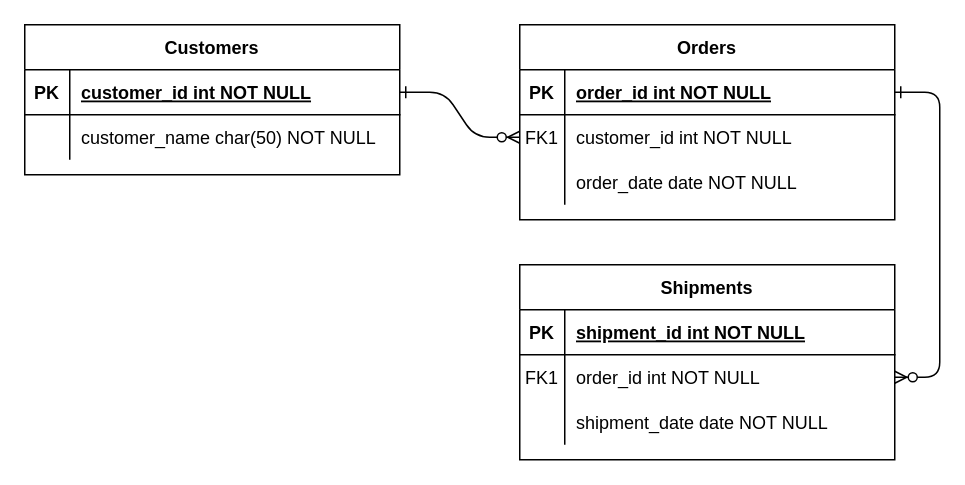
The draw.io diagram Untitled Diagram.drawio in GabrielleHandy/Shopify-Backend-Developer-Intern-Challenge, before the edit. Source tidied: cells renumbered, new cells numbered last; positions are measured from the earlier drawing's top-left corner, leaving out a move shared by most shapes. Both pictures are drawn from the tidied source at 150%, with x=0, y=0 at pixel (24, 24).
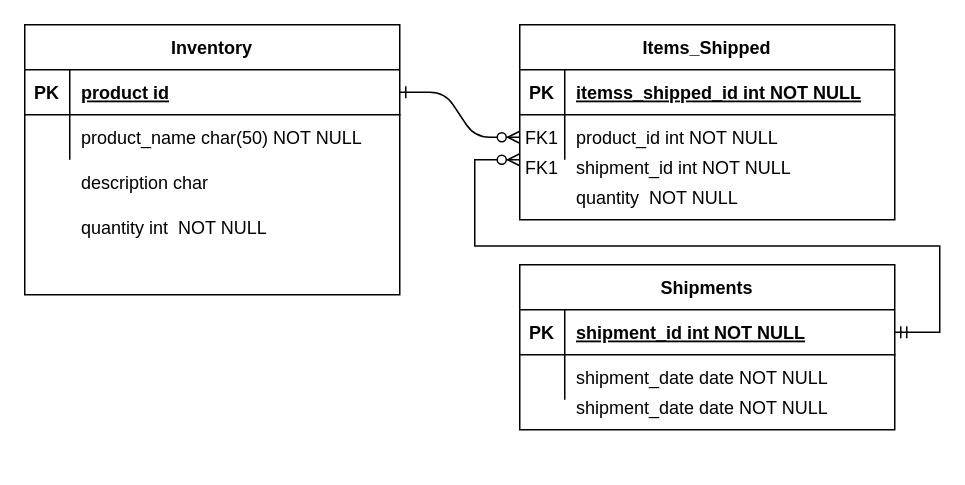
Above is the later version.

Commit message:
Finished model layout.drawio

Unchanged cells that the change refers to:
```xml
<mxCell id="5" style="shape=partialRectangle;fillColor=none;points=[[0,0.5],[1,0.5]];portConstraint=eastwest;top=0;left=0;right=0;bottom=1;" parent="4" vertex="1">
  <mxGeometry y="30" width="250" height="30" as="geometry" />
</mxCell>
<mxCell id="8" style="shape=partialRectangle;fillColor=none;points=[[0,0.5],[1,0.5]];portConstraint=eastwest;top=0;left=0;right=0;bottom=0;" parent="4" vertex="1">
  <mxGeometry y="60" width="250" height="30" as="geometry" />
</mxCell>
<mxCell id="15" style="shape=partialRectangle;fillColor=none;points=[[0,0.5],[1,0.5]];portConstraint=eastwest;top=0;left=0;right=0;bottom=1;" parent="14" vertex="1">
  <mxGeometry y="30" width="250" height="30" as="geometry" />
</mxCell>
<mxCell id="25" style="shape=partialRectangle;fillColor=none;points=[[0,0.5],[1,0.5]];portConstraint=eastwest;top=0;left=0;right=0;bottom=1;" parent="24" vertex="1">
  <mxGeometry y="30" width="250" height="30" as="geometry" />
</mxCell>
<mxCell id="28" style="shape=partialRectangle;fillColor=none;top=0;left=0;right=0;bottom=0;" parent="24" vertex="1">
  <mxGeometry y="60" width="250" height="30" as="geometry" />
</mxCell>
```

Diff of the diagram source:
```diff
@@
-    <mxCell id="3" style="edgeStyle=entityRelationEdgeStyle;endArrow=ERzeroToMany;startArrow=ERone;endFill=1;startFill=0;" parent="1" edge="1" source="5" target="18">
-      <mxGeometry relative="1" as="geometry" />
-    </mxCell>
-    <mxCell id="4" value="Orders" style="shape=table;startSize=30;childLayout=tableLayout;rowLines=0;fontStyle=1;align=center;" parent="1" vertex="1">
+    <mxCell id="4" value="Items_Shipped" style="shape=table;startSize=30;childLayout=tableLayout;rowLines=0;fontStyle=1;align=center;" parent="1" vertex="1">
       <mxGeometry x="330" width="250" height="130" as="geometry" />
     </mxCell>
@@
-    <mxCell id="7" value="order_id int NOT NULL " style="shape=partialRectangle;overflow=hidden;fillColor=none;top=0;left=0;bottom=0;right=0;align=left;spacingLeft=6;fontStyle=5;" parent="5" vertex="1">
+    <mxCell id="7" value="itemss_shipped_id int NOT NULL " style="shape=partialRectangle;overflow=hidden;fillColor=none;top=0;left=0;bottom=0;right=0;align=left;spacingLeft=6;fontStyle=5;" parent="5" vertex="1">
       <mxGeometry x="30" width="220" height="30" as="geometry" />
     </mxCell>
@@
-    <mxCell id="10" value="customer_id int NOT NULL" style="shape=partialRectangle;overflow=hidden;fillColor=none;top=0;left=0;bottom=0;right=0;align=left;spacingLeft=6;" parent="8" vertex="1">
+    <mxCell id="10" value="product_id int NOT NULL" style="shape=partialRectangle;overflow=hidden;fillColor=none;top=0;left=0;bottom=0;right=0;align=left;spacingLeft=6;" parent="8" vertex="1">
       <mxGeometry x="30" width="220" height="30" as="geometry" />
     </mxCell>
-    <mxCell id="11" style="shape=partialRectangle;fillColor=none;top=0;left=0;right=0;bottom=0;" parent="4" vertex="1">
-      <mxGeometry y="90" width="250" height="30" as="geometry" />
-    </mxCell>
-    <mxCell id="12" style="shape=partialRectangle;overflow=hidden;fillColor=none;top=0;left=0;bottom=0;right=0;" parent="11" vertex="1">
-      <mxGeometry width="30" height="30" as="geometry" />
-    </mxCell>
-    <mxCell id="13" value="order_date date NOT NULL" style="shape=partialRectangle;overflow=hidden;fillColor=none;top=0;left=0;bottom=0;right=0;align=left;spacingLeft=6;" parent="11" vertex="1">
-      <mxGeometry x="30" width="220" height="30" as="geometry" />
-    </mxCell>
     <mxCell id="14" value="Shipments" style="shape=table;startSize=30;childLayout=tableLayout;rowLines=0;fontStyle=1;align=center;" parent="1" vertex="1">
-      <mxGeometry x="330" y="160" width="250" height="130" as="geometry" />
+      <mxGeometry x="330" y="160" width="250" height="110" as="geometry" />
     </mxCell>
@@
-    <mxCell id="18" style="shape=partialRectangle;fillColor=none;points=[[0,0.5],[1,0.5]];portConstraint=eastwest;top=0;left=0;right=0;bottom=0;" parent="14" vertex="1">
-      <mxGeometry y="60" width="250" height="30" as="geometry" />
-    </mxCell>
-    <mxCell id="19" value="FK1" style="shape=partialRectangle;overflow=hidden;fillColor=none;top=0;left=0;bottom=0;right=0;" parent="18" vertex="1">
-      <mxGeometry width="30" height="30" as="geometry" />
-    </mxCell>
-    <mxCell id="20" value="order_id int NOT NULL" style="shape=partialRectangle;overflow=hidden;fillColor=none;top=0;left=0;bottom=0;right=0;align=left;spacingLeft=6;" parent="18" vertex="1">
-      <mxGeometry x="30" width="220" height="30" as="geometry" />
-    </mxCell>
     <mxCell id="21" style="shape=partialRectangle;fillColor=none;top=0;left=0;right=0;bottom=0;" parent="14" vertex="1">
-      <mxGeometry y="90" width="250" height="30" as="geometry" />
+      <mxGeometry y="60" width="250" height="30" as="geometry" />
     </mxCell>
@@
-    <mxCell id="24" value="Customers" style="shape=table;startSize=30;childLayout=tableLayout;rowLines=0;fontStyle=1;align=center;" parent="1" vertex="1">
-      <mxGeometry width="250" height="100" as="geometry" />
+    <mxCell id="24" value="Inventory" style="shape=table;startSize=30;childLayout=tableLayout;rowLines=0;fontStyle=1;align=center;" parent="1" vertex="1">
+      <mxGeometry width="250" height="180" as="geometry" />
     </mxCell>
@@
-    <mxCell id="27" value="customer_id int NOT NULL " style="shape=partialRectangle;overflow=hidden;fillColor=none;top=0;left=0;bottom=0;right=0;align=left;spacingLeft=6;fontStyle=5;" parent="25" vertex="1">
+    <mxCell id="27" value="product id" style="shape=partialRectangle;overflow=hidden;fillColor=none;top=0;left=0;bottom=0;right=0;align=left;spacingLeft=6;fontStyle=5;" parent="25" vertex="1">
       <mxGeometry x="30" width="220" height="30" as="geometry" />
     </mxCell>
@@
-    <mxCell id="30" value="customer_name char(50) NOT NULL" style="shape=partialRectangle;overflow=hidden;fillColor=none;top=0;left=0;bottom=0;right=0;align=left;spacingLeft=6;" parent="28" vertex="1">
+    <mxCell id="30" value="product_name char(50) NOT NULL" style="shape=partialRectangle;overflow=hidden;fillColor=none;top=0;left=0;bottom=0;right=0;align=left;spacingLeft=6;" parent="28" vertex="1">
       <mxGeometry x="30" width="220" height="30" as="geometry" />
     </mxCell>
+    <mxCell id="31" style="shape=partialRectangle;fillColor=none;top=0;left=0;right=0;bottom=0;" parent="1" vertex="1">
+      <mxGeometry y="90" width="250" height="30" as="geometry" />
+    </mxCell>
+    <mxCell id="32" style="shape=partialRectangle;overflow=hidden;fillColor=none;top=0;left=0;bottom=0;right=0;" parent="31" vertex="1">
+      <mxGeometry width="30" height="30" as="geometry" />
+    </mxCell>
+    <mxCell id="33" value="description char " style="shape=partialRectangle;overflow=hidden;fillColor=none;top=0;left=0;bottom=0;right=0;align=left;spacingLeft=6;" parent="31" vertex="1">
+      <mxGeometry x="30" width="220" height="30" as="geometry" />
+    </mxCell>
+    <mxCell id="34" style="shape=partialRectangle;fillColor=none;top=0;left=0;right=0;bottom=0;" parent="1" vertex="1">
+      <mxGeometry y="120" width="250" height="30" as="geometry" />
+    </mxCell>
+    <mxCell id="35" style="shape=partialRectangle;overflow=hidden;fillColor=none;top=0;left=0;bottom=0;right=0;" parent="34" vertex="1">
+      <mxGeometry width="30" height="30" as="geometry" />
+    </mxCell>
+    <mxCell id="36" value="quantity int  NOT NULL" style="shape=partialRectangle;overflow=hidden;fillColor=none;top=0;left=0;bottom=0;right=0;align=left;spacingLeft=6;" parent="34" vertex="1">
+      <mxGeometry x="30" width="220" height="30" as="geometry" />
+    </mxCell>
+    <mxCell id="37" style="shape=partialRectangle;fillColor=none;top=0;left=0;right=0;bottom=0;" parent="1" vertex="1">
+      <mxGeometry y="130" width="250" height="70" as="geometry" />
+    </mxCell>
+    <mxCell id="38" style="shape=partialRectangle;overflow=hidden;fillColor=none;top=0;left=0;bottom=0;right=0;" parent="37" vertex="1">
+      <mxGeometry width="30" height="70" as="geometry" />
+    </mxCell>
+    <mxCell id="39" style="shape=partialRectangle;overflow=hidden;fillColor=none;top=0;left=0;bottom=0;right=0;align=left;spacingLeft=6;" parent="37" vertex="1">
+      <mxGeometry x="30" y="10" width="220" height="40" as="geometry" />
+    </mxCell>
+    <mxCell id="19" value="FK1" style="shape=partialRectangle;overflow=hidden;fillColor=none;top=0;left=0;bottom=0;right=0;" parent="1" vertex="1">
+      <mxGeometry x="330" y="80" width="30" height="30" as="geometry" />
+    </mxCell>
+    <mxCell id="40" value="shipment_id int NOT NULL" style="shape=partialRectangle;overflow=hidden;fillColor=none;top=0;left=0;bottom=0;right=0;align=left;spacingLeft=6;" parent="1" vertex="1">
+      <mxGeometry x="360" y="80" width="220" height="30" as="geometry" />
+    </mxCell>
+    <mxCell id="41" value="quantity  NOT NULL" style="shape=partialRectangle;overflow=hidden;fillColor=none;top=0;left=0;bottom=0;right=0;align=left;spacingLeft=6;" parent="1" vertex="1">
+      <mxGeometry x="360" y="100" width="220" height="30" as="geometry" />
+    </mxCell>
+    <mxCell id="42" style="edgeStyle=entityRelationEdgeStyle;fontSize=12;html=1;endArrow=ERzeroToMany;startArrow=ERmandOne;rounded=0;exitX=1;exitY=0.5;exitDx=0;exitDy=0;" parent="1" edge="1" source="15">
+      <mxGeometry relative="1" as="geometry">
+        <mxPoint x="330" y="90" as="targetPoint" />
+      </mxGeometry>
+    </mxCell>
+    <mxCell id="43" value="shipment_date date NOT NULL" style="shape=partialRectangle;overflow=hidden;fillColor=none;top=0;left=0;bottom=0;right=0;align=left;spacingLeft=6;" parent="1" vertex="1">
+      <mxGeometry x="360" y="240" width="220" height="30" as="geometry" />
+    </mxCell>
```
